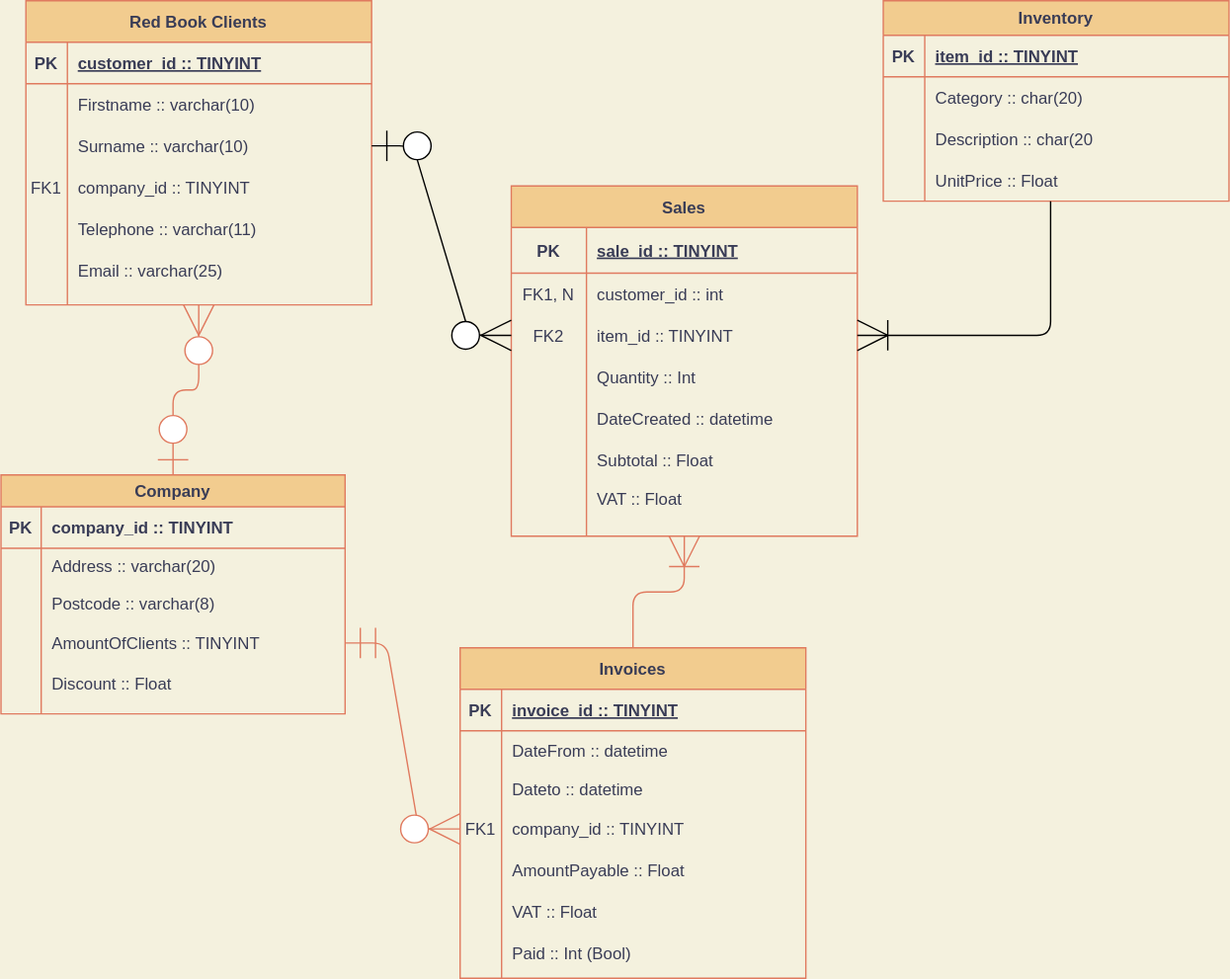
Before: ERD.svg, a diagram exported from draw.io (KitchenPizzeria/Client-Apps). Source tidied: cells renumbered, new cells last; positions are measured from the earlier drawing's top-left corner, leaving out a move shared by most shapes.
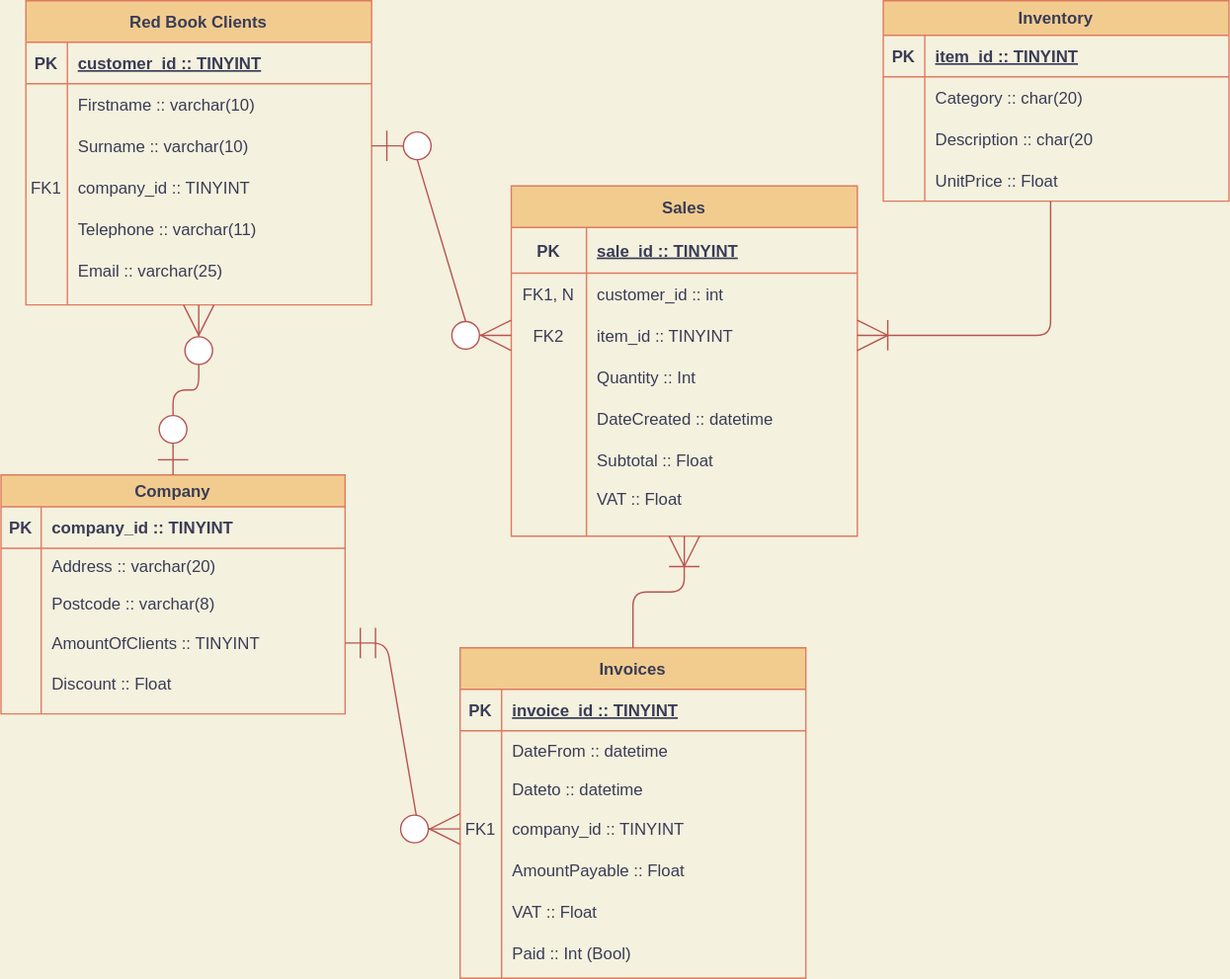
Later version of the same file.

Change to the diagram source:
```diff
@@ -278,19 +278,19 @@
     <mxCell id="93" value="VAT :: Float" style="shape=partialRectangle;overflow=hidden;fillColor=none;top=0;left=0;bottom=0;right=0;align=left;spacingLeft=6;strokeColor=#E07A5F;fontColor=#393C56;" parent="91" vertex="1">
       <mxGeometry x="54.4" width="195.9" height="26" as="geometry" />
     </mxCell>
-    <mxCell id="94" style="edgeStyle=orthogonalEdgeStyle;fontSize=12;html=1;endArrow=ERoneToMany;startSize=20;endSize=20;exitX=0.5;exitY=0;exitDx=0;exitDy=0;entryX=0.5;entryY=1;entryDx=0;entryDy=0;strokeColor=#E07A5F;fontColor=#393C56;labelBackgroundColor=#F4F1DE;" parent="1" edge="1" source="50" target="72">
+    <mxCell id="94" style="edgeStyle=orthogonalEdgeStyle;fontSize=12;html=1;endArrow=ERoneToMany;startSize=20;endSize=20;exitX=0.5;exitY=0;exitDx=0;exitDy=0;entryX=0.5;entryY=1;entryDx=0;entryDy=0;strokeColor=#b85450;fontColor=#393C56;labelBackgroundColor=#F4F1DE;gradientColor=#ea6b66;fillColor=#f8cecc;" parent="1" edge="1" source="50" target="72">
       <mxGeometry relative="1" as="geometry" />
     </mxCell>
-    <mxCell id="95" style="edgeStyle=orthogonalEdgeStyle;fontSize=12;html=1;endArrow=ERzeroToMany;startArrow=ERzeroToOne;startSize=20;endSize=20;exitX=0.5;exitY=0;exitDx=0;exitDy=0;entryX=0.5;entryY=1;entryDx=0;entryDy=0;strokeColor=#E07A5F;fontColor=#393C56;labelBackgroundColor=#F4F1DE;" parent="1" edge="1" source="34" target="15">
+    <mxCell id="95" style="edgeStyle=orthogonalEdgeStyle;fontSize=12;html=1;endArrow=ERzeroToMany;startArrow=ERzeroToOne;startSize=20;endSize=20;exitX=0.5;exitY=0;exitDx=0;exitDy=0;entryX=0.5;entryY=1;entryDx=0;entryDy=0;strokeColor=#b85450;fontColor=#393C56;labelBackgroundColor=#F4F1DE;gradientColor=#ea6b66;fillColor=#f8cecc;" parent="1" edge="1" source="34" target="15">
       <mxGeometry relative="1" as="geometry" />
     </mxCell>
-    <mxCell id="96" style="edgeStyle=entityRelationEdgeStyle;fontSize=12;html=1;endArrow=ERzeroToMany;startArrow=ERmandOne;startSize=20;endSize=20;exitX=1;exitY=0.5;exitDx=0;exitDy=0;entryX=0;entryY=0.5;entryDx=0;entryDy=0;strokeColor=#E07A5F;fontColor=#393C56;labelBackgroundColor=#F4F1DE;" parent="1" edge="1" source="44" target="60">
+    <mxCell id="96" style="edgeStyle=entityRelationEdgeStyle;fontSize=12;html=1;endArrow=ERzeroToMany;startArrow=ERmandOne;startSize=20;endSize=20;exitX=1;exitY=0.5;exitDx=0;exitDy=0;entryX=0;entryY=0.5;entryDx=0;entryDy=0;strokeColor=#b85450;fontColor=#393C56;labelBackgroundColor=#F4F1DE;gradientColor=#ea6b66;fillColor=#f8cecc;" parent="1" edge="1" source="44" target="60">
       <mxGeometry relative="1" as="geometry" />
     </mxCell>
-    <mxCell id="97" style="edgeStyle=entityRelationEdgeStyle;fontSize=12;html=1;endArrow=ERzeroToMany;startArrow=ERzeroToOne;exitX=1;exitY=0.5;exitDx=0;exitDy=0;entryX=0;entryY=0.5;entryDx=0;entryDy=0;endSize=20;startSize=20;" parent="1" edge="1" source="22" target="79">
+    <mxCell id="97" style="edgeStyle=entityRelationEdgeStyle;fontSize=12;html=1;endArrow=ERzeroToMany;startArrow=ERzeroToOne;exitX=1;exitY=0.5;exitDx=0;exitDy=0;entryX=0;entryY=0.5;entryDx=0;entryDy=0;endSize=20;startSize=20;gradientColor=#ea6b66;fillColor=#f8cecc;strokeColor=#b85450;" parent="1" edge="1" source="22" target="79">
       <mxGeometry relative="1" as="geometry" />
     </mxCell>
-    <mxCell id="98" style="edgeStyle=orthogonalEdgeStyle;fontSize=12;html=1;endArrow=ERoneToMany;startSize=20;endSize=20;exitX=0.484;exitY=1;exitDx=0;exitDy=0;exitPerimeter=0;entryX=1;entryY=0.5;entryDx=0;entryDy=0;" parent="1" edge="1" source="12" target="79">
+    <mxCell id="98" style="edgeStyle=orthogonalEdgeStyle;fontSize=12;html=1;endArrow=ERoneToMany;startSize=20;endSize=20;exitX=0.484;exitY=1;exitDx=0;exitDy=0;exitPerimeter=0;entryX=1;entryY=0.5;entryDx=0;entryDy=0;fillColor=#f8cecc;strokeColor=#b85450;gradientColor=#ea6b66;" parent="1" edge="1" source="12" target="79">
       <mxGeometry relative="1" as="geometry" />
     </mxCell>
   </root>
```
